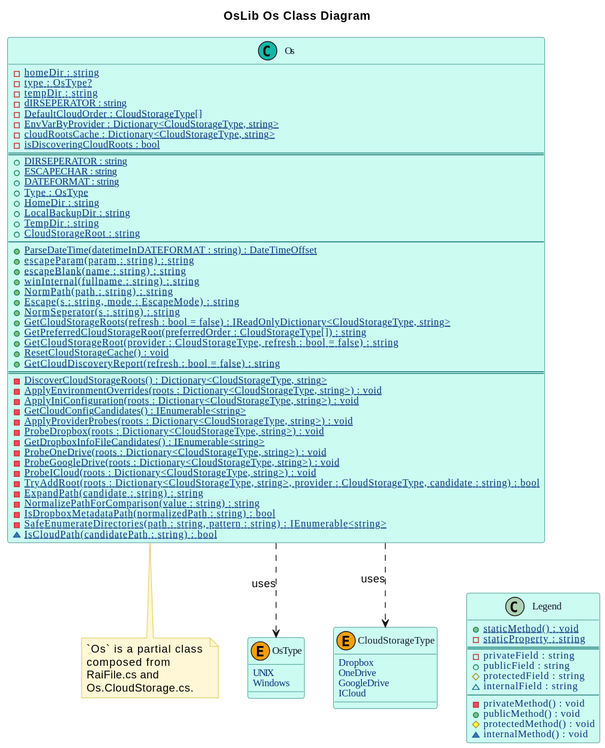
This is Os-ClassDiagram.svg from Burkhardt/OsLib, a PlantUML export, as it was before one commit. Its diagram source:
```plantuml
@startuml
title OsLib Os Class Diagram

skinparam backgroundColor white
skinparam shadowing false
skinparam linetype ortho
skinparam DiagramFontName "Casual"
skinparam DiagramFontSize 36
skinparam ClassFontName "Casual"
skinparam ClassFontSize 24
skinparam ClassAttributeIconSize 10
skinparam ClassAttributeFontName Casual
skinparam ClassAttributeFontColor #053583
skinparam ClassAttributeFontWeight normal
skinparam ClassAttributeFontSize 12
skinparam ClassMethodFontName "Casual"
skinparam ClassMethodFontWeight 500
skinparam ClassFontName "Casual"
skinparam ClassAttributeFontStyle normal
skinparam ClassBorderColor #0f766e
skinparam ClassBackgroundColor #ccfbf1
skinparam ClassFontColor #111827
skinparam EnumBorderColor #b45309
skinparam EnumBackgroundColor #fef3c7
skinparam EnumFontColor #7c2d12
skinparam NoteBackgroundColor #fff7d6
skinparam NoteBorderColor #d4b106

show circle

together {
	enum OsType << (E,#f59e0b) >> {
		UNIX
		Windows
	}
	enum CloudStorageType << (E,#f59e0b) >> {
		Dropbox
		OneDrive
		GoogleDrive
		ICloud
	}
	class "Legend" as LegendSample {
		+{static} staticMethod() : void
		-{static} staticProperty : string
		==
		- privateField : string
		+ publicField : string
		# protectedField : string
		~ internalField : string
		--
		- privateMethod() : void
		+ publicMethod() : void
		# protectedMethod() : void
		~ internalMethod() : void
	}
}

class Os << (C,#14b8a6) >> {
	-{static} homeDir : string
	-{static} type : OsType?
	-{static} tempDir : string
	-{static} dIRSEPERATOR : string
	-{static} DefaultCloudOrder : CloudStorageType[]
	-{static} EnvVarByProvider : Dictionary<CloudStorageType, string>
	-{static} cloudRootsCache : Dictionary<CloudStorageType, string>
	-{static} isDiscoveringCloudRoots : bool
	==
	+{static} DIRSEPERATOR : string
	+{static} ESCAPECHAR : string
	+{static} DATEFORMAT : string
	+{static} Type : OsType
	+{static} HomeDir : string
	+{static} LocalBackupDir : string
	+{static} TempDir : string
	+{static} CloudStorageRoot : string
	--
	+{static} ParseDateTime(datetimeInDATEFORMAT : string) : DateTimeOffset
	+{static} escapeParam(param : string) : string
	+{static} escapeBlank(name : string) : string
	+{static} winInternal(fullname : string) : string
	+{static} NormPath(path : string) : string
	+{static} Escape(s : string, mode : EscapeMode) : string
	+{static} NormSeperator(s : string) : string
	+{static} GetCloudStorageRoots(refresh : bool = false) : IReadOnlyDictionary<CloudStorageType, string>
	+{static} GetPreferredCloudStorageRoot(preferredOrder : CloudStorageType[]) : string
	+{static} GetCloudStorageRoot(provider : CloudStorageType, refresh : bool = false) : string
	+{static} ResetCloudStorageCache() : void
	+{static} GetCloudDiscoveryReport(refresh : bool = false) : string
	==
	-{static} DiscoverCloudStorageRoots() : Dictionary<CloudStorageType, string>
	-{static} ApplyEnvironmentOverrides(roots : Dictionary<CloudStorageType, string>) : void
	-{static} ApplyIniConfiguration(roots : Dictionary<CloudStorageType, string>) : void
	-{static} GetCloudConfigCandidates() : IEnumerable<string>
	-{static} ApplyProviderProbes(roots : Dictionary<CloudStorageType, string>) : void
	-{static} ProbeDropbox(roots : Dictionary<CloudStorageType, string>) : void
	-{static} GetDropboxInfoFileCandidates() : IEnumerable<string>
	-{static} ProbeOneDrive(roots : Dictionary<CloudStorageType, string>) : void
	-{static} ProbeGoogleDrive(roots : Dictionary<CloudStorageType, string>) : void
	-{static} ProbeICloud(roots : Dictionary<CloudStorageType, string>) : void
	-{static} TryAddRoot(roots : Dictionary<CloudStorageType, string>, provider : CloudStorageType, candidate : string) : bool
	-{static} ExpandPath(candidate : string) : string
	-{static} NormalizePathForComparison(value : string) : string
	-{static} IsDropboxMetadataPath(normalizedPath : string) : bool
	-{static} SafeEnumerateDirectories(path : string, pattern : string) : IEnumerable<string>
	~{static} IsCloudPath(candidatePath : string) : bool
}

Os ..> OsType : uses
Os ..> CloudStorageType : uses

note bottom of Os
	`Os` is a partial class
	composed from
	RaiFile.cs and
	Os.CloudStorage.cs.
end note
@enduml
```
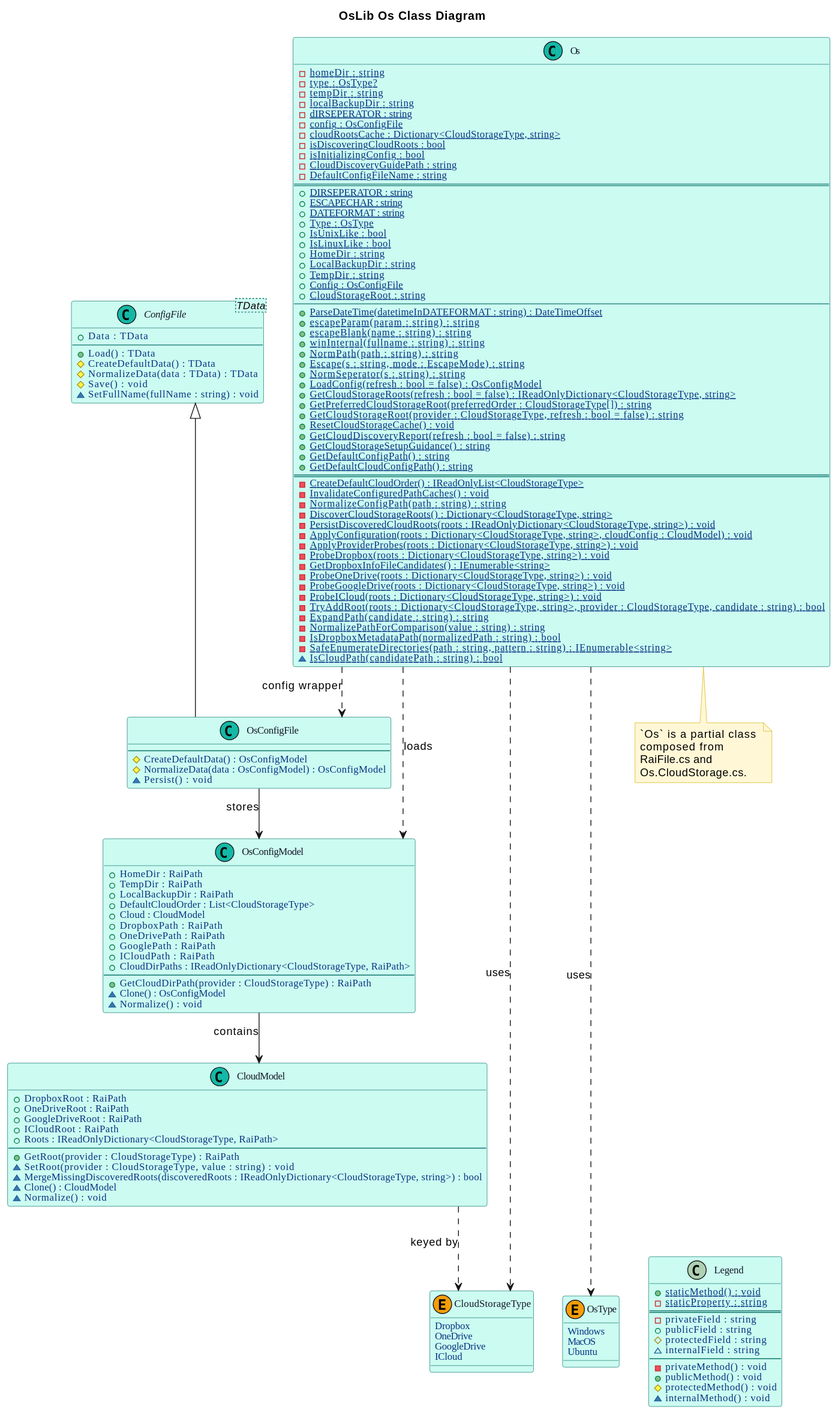
After the change.

What changed in the source:
```diff
@@ -30,8 +30,9 @@
 
 together {
 	enum OsType << (E,#f59e0b) >> {
-		UNIX
 		Windows
+		MacOS
+		Ubuntu
 	}
 	enum CloudStorageType << (E,#f59e0b) >> {
 		Dropbox
@@ -55,23 +56,77 @@
 	}
 }
 
+abstract class "ConfigFile<TData>" as ConfigFile << (C,#14b8a6) >> {
+	+ Data : TData
+	--
+	+ Load() : TData
+	# CreateDefaultData() : TData
+	# NormalizeData(data : TData) : TData
+	# Save() : void
+	~ SetFullName(fullName : string) : void
+}
+
+class CloudModel << (C,#14b8a6) >> {
+	+ DropboxRoot : RaiPath
+	+ OneDriveRoot : RaiPath
+	+ GoogleDriveRoot : RaiPath
+	+ ICloudRoot : RaiPath
+	+ Roots : IReadOnlyDictionary<CloudStorageType, RaiPath>
+	--
+	+ GetRoot(provider : CloudStorageType) : RaiPath
+	~ SetRoot(provider : CloudStorageType, value : string) : void
+	~ MergeMissingDiscoveredRoots(discoveredRoots : IReadOnlyDictionary<CloudStorageType, string>) : bool
+	~ Clone() : CloudModel
+	~ Normalize() : void
+}
+
+class OsConfigModel << (C,#14b8a6) >> {
+	+ HomeDir : RaiPath
+	+ TempDir : RaiPath
+	+ LocalBackupDir : RaiPath
+	+ DefaultCloudOrder : List<CloudStorageType>
+	+ Cloud : CloudModel
+	+ DropboxPath : RaiPath
+	+ OneDrivePath : RaiPath
+	+ GooglePath : RaiPath
+	+ ICloudPath : RaiPath
+	+ CloudDirPaths : IReadOnlyDictionary<CloudStorageType, RaiPath>
+	--
+	+ GetCloudDirPath(provider : CloudStorageType) : RaiPath
+	~ Clone() : OsConfigModel
+	~ Normalize() : void
+}
+
+class OsConfigFile << (C,#14b8a6) >> {
+	--
+	# CreateDefaultData() : OsConfigModel
+	# NormalizeData(data : OsConfigModel) : OsConfigModel
+	~ Persist() : void
+}
+
 class Os << (C,#14b8a6) >> {
 	-{static} homeDir : string
 	-{static} type : OsType?
 	-{static} tempDir : string
+	-{static} localBackupDir : string
 	-{static} dIRSEPERATOR : string
-	-{static} DefaultCloudOrder : CloudStorageType[]
-	-{static} EnvVarByProvider : Dictionary<CloudStorageType, string>
+	-{static} config : OsConfigFile
 	-{static} cloudRootsCache : Dictionary<CloudStorageType, string>
 	-{static} isDiscoveringCloudRoots : bool
+	-{static} isInitializingConfig : bool
+	-{static} CloudDiscoveryGuidePath : string
+	-{static} DefaultConfigFileName : string
 	==
 	+{static} DIRSEPERATOR : string
 	+{static} ESCAPECHAR : string
 	+{static} DATEFORMAT : string
 	+{static} Type : OsType
+	+{static} IsUnixLike : bool
+	+{static} IsLinuxLike : bool
 	+{static} HomeDir : string
 	+{static} LocalBackupDir : string
 	+{static} TempDir : string
+	+{static} Config : OsConfigFile
 	+{static} CloudStorageRoot : string
 	--
 	+{static} ParseDateTime(datetimeInDATEFORMAT : string) : DateTimeOffset
@@ -81,16 +136,22 @@
 	+{static} NormPath(path : string) : string
 	+{static} Escape(s : string, mode : EscapeMode) : string
 	+{static} NormSeperator(s : string) : string
+	+{static} LoadConfig(refresh : bool = false) : OsConfigModel
 	+{static} GetCloudStorageRoots(refresh : bool = false) : IReadOnlyDictionary<CloudStorageType, string>
 	+{static} GetPreferredCloudStorageRoot(preferredOrder : CloudStorageType[]) : string
 	+{static} GetCloudStorageRoot(provider : CloudStorageType, refresh : bool = false) : string
 	+{static} ResetCloudStorageCache() : void
 	+{static} GetCloudDiscoveryReport(refresh : bool = false) : string
+	+{static} GetCloudStorageSetupGuidance() : string
+	+{static} GetDefaultConfigPath() : string
+	+{static} GetDefaultCloudConfigPath() : string
 	==
+	-{static} CreateDefaultCloudOrder() : IReadOnlyList<CloudStorageType>
+	-{static} InvalidateConfiguredPathCaches() : void
+	-{static} NormalizeConfigPath(path : string) : string
 	-{static} DiscoverCloudStorageRoots() : Dictionary<CloudStorageType, string>
-	-{static} ApplyEnvironmentOverrides(roots : Dictionary<CloudStorageType, string>) : void
-	-{static} ApplyIniConfiguration(roots : Dictionary<CloudStorageType, string>) : void
-	-{static} GetCloudConfigCandidates() : IEnumerable<string>
+	-{static} PersistDiscoveredCloudRoots(roots : IReadOnlyDictionary<CloudStorageType, string>) : void
+	-{static} ApplyConfiguration(roots : Dictionary<CloudStorageType, string>, cloudConfig : CloudModel) : void
 	-{static} ApplyProviderProbes(roots : Dictionary<CloudStorageType, string>) : void
 	-{static} ProbeDropbox(roots : Dictionary<CloudStorageType, string>) : void
 	-{static} GetDropboxInfoFileCandidates() : IEnumerable<string>
@@ -107,6 +168,12 @@
 
 Os ..> OsType : uses
 Os ..> CloudStorageType : uses
+ConfigFile <|-- OsConfigFile
+OsConfigFile --> OsConfigModel : stores
+OsConfigModel --> CloudModel : contains
+CloudModel ..> CloudStorageType : keyed by
+Os ..> OsConfigFile : config wrapper
+Os ..> OsConfigModel : loads
 
 note bottom of Os
 	`Os` is a partial class
```
